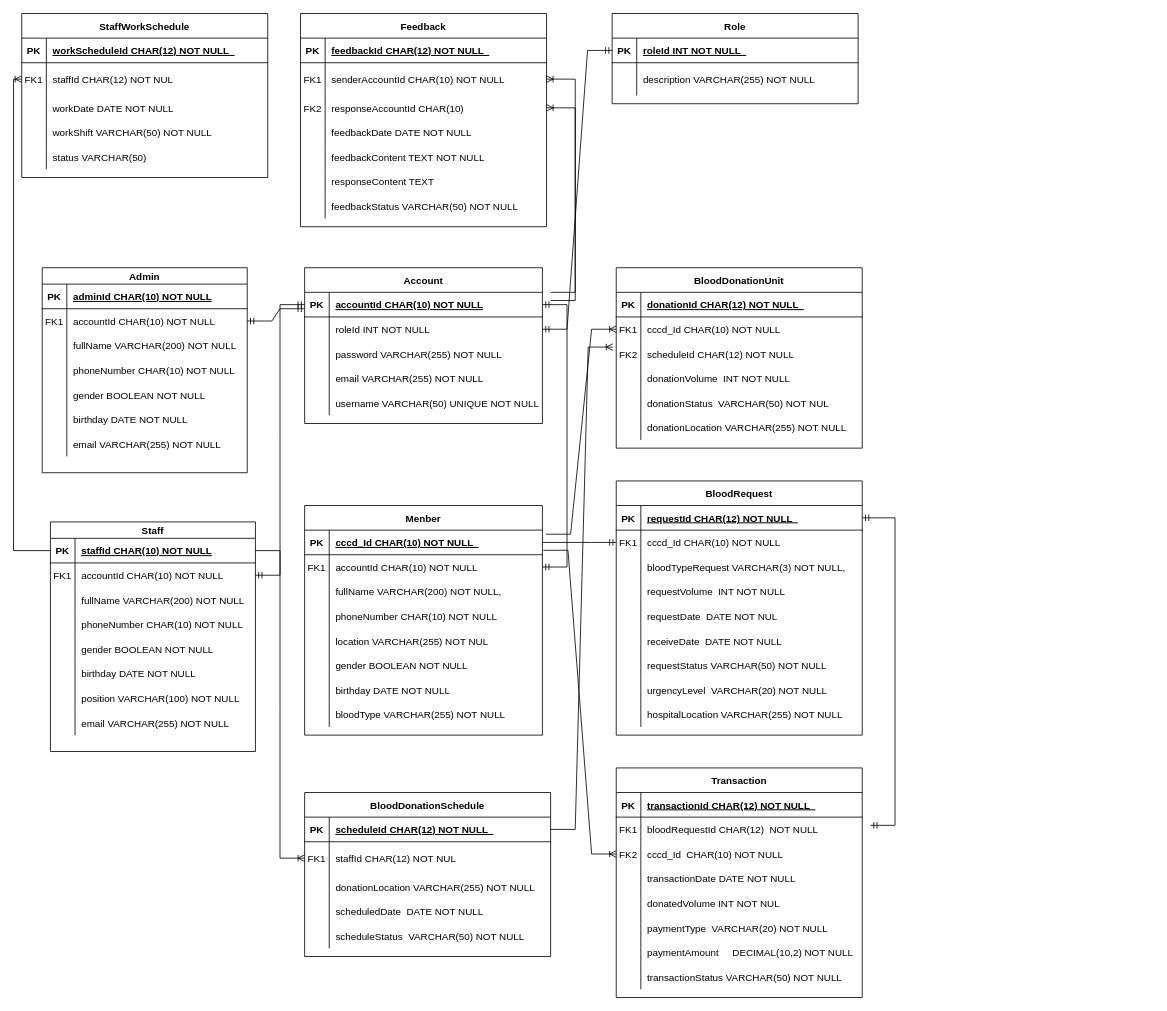
ThanhDucP/SU25_SWP391 keeps this draw.io diagram as ERD.drawio. Above is the earlier version. Source tidied: cells renumbered, new cells numbered last; positions are measured from the earlier drawing's top-left corner, leaving out a move shared by most shapes. Both pictures are drawn from the tidied source at 82%, with x=0, y=0 at pixel (21, 13).
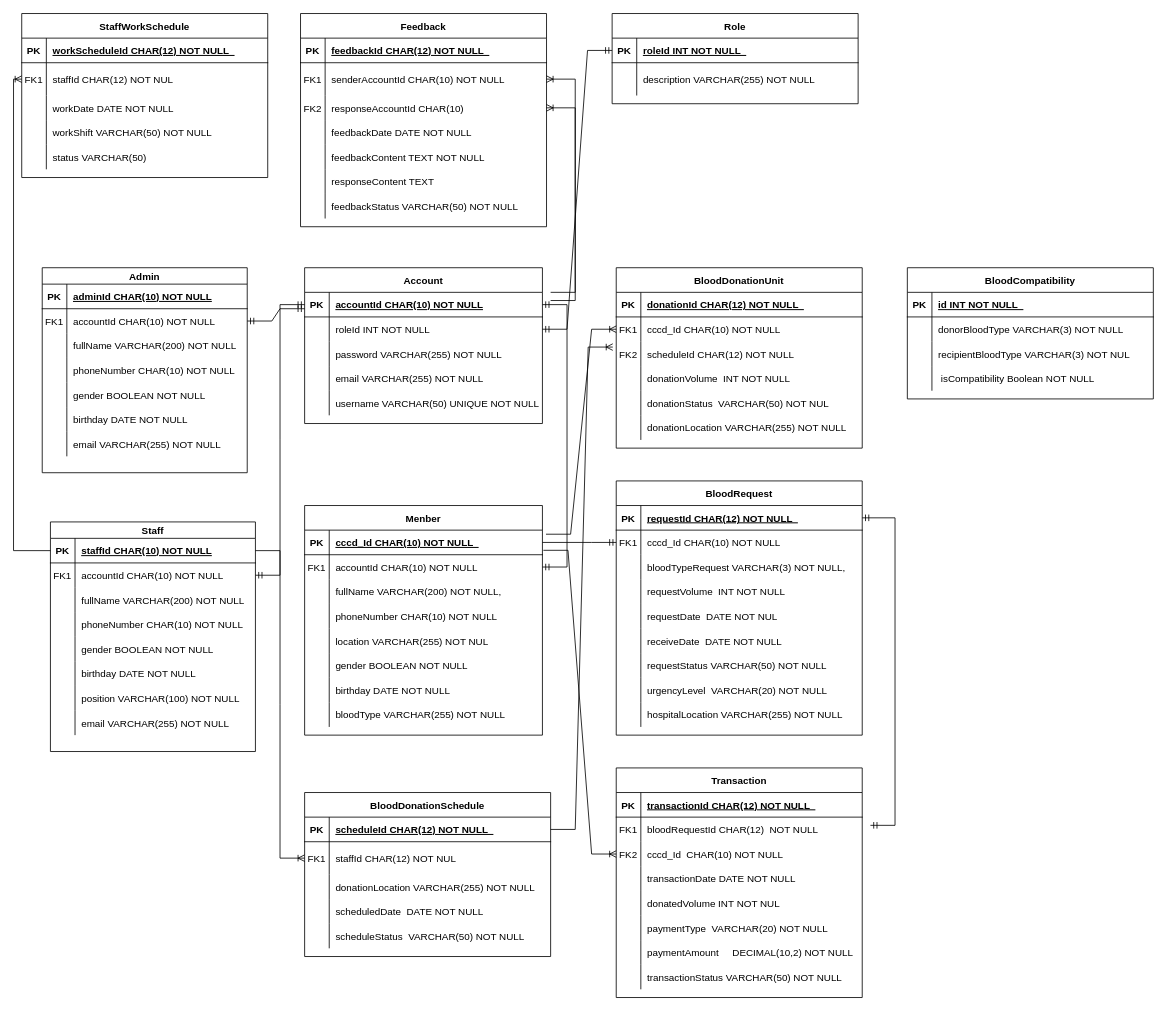
The same page after the edit.

Commit message:
Cập nhật ERD.drawio

Diff of the diagram source:
```diff
@@
+    <mxCell id="236" value="BloodCompatibility" style="shape=table;startSize=30;childLayout=tableLayout;rowLines=0;fontStyle=1;align=center;" parent="1" vertex="1">
+      <mxGeometry x="1080" y="310" width="300" height="160" as="geometry" />
+    </mxCell>
+    <mxCell id="237" style="shape=partialRectangle;fillColor=none;top=0;left=0;right=0;bottom=1;" parent="236" vertex="1">
+      <mxGeometry y="30" width="300" height="30" as="geometry" />
+    </mxCell>
+    <mxCell id="238" value="PK" style="shape=partialRectangle;overflow=hidden;fillColor=none;top=0;left=0;bottom=0;right=0;fontStyle=1;" parent="237" vertex="1">
+      <mxGeometry width="30" height="30" as="geometry" />
+    </mxCell>
+    <mxCell id="239" value="id INT NOT NULL  " style="shape=partialRectangle;overflow=hidden;fillColor=none;top=0;left=0;bottom=0;right=0;align=left;spacingLeft=6;fontStyle=5;" parent="237" vertex="1">
+      <mxGeometry x="30" width="270" height="30" as="geometry" />
+    </mxCell>
+    <mxCell id="240" style="shape=partialRectangle;fillColor=none;top=0;left=0;right=0;bottom=0;" parent="236" vertex="1">
+      <mxGeometry y="60" width="300" height="30" as="geometry" />
+    </mxCell>
+    <mxCell id="241" style="shape=partialRectangle;overflow=hidden;fillColor=none;top=0;left=0;bottom=0;right=0;" parent="240" vertex="1">
+      <mxGeometry width="30" height="30" as="geometry" />
+    </mxCell>
+    <mxCell id="242" value="donorBloodType VARCHAR(3) NOT NULL" style="shape=partialRectangle;overflow=hidden;fillColor=none;top=0;left=0;bottom=0;right=0;align=left;spacingLeft=6;" parent="240" vertex="1">
+      <mxGeometry x="30" width="270" height="30" as="geometry" />
+    </mxCell>
+    <mxCell id="243" style="shape=partialRectangle;fillColor=none;top=0;left=0;right=0;bottom=0;" parent="236" vertex="1">
+      <mxGeometry y="90" width="300" height="30" as="geometry" />
+    </mxCell>
+    <mxCell id="244" style="shape=partialRectangle;overflow=hidden;fillColor=none;top=0;left=0;bottom=0;right=0;" parent="243" vertex="1">
+      <mxGeometry width="30" height="30" as="geometry" />
+    </mxCell>
+    <mxCell id="245" value="recipientBloodType VARCHAR(3) NOT NUL" style="shape=partialRectangle;overflow=hidden;fillColor=none;top=0;left=0;bottom=0;right=0;align=left;spacingLeft=6;" parent="243" vertex="1">
+      <mxGeometry x="30" width="270" height="30" as="geometry" />
+    </mxCell>
+    <mxCell id="246" style="shape=partialRectangle;fillColor=none;top=0;left=0;right=0;bottom=0;" parent="236" vertex="1">
+      <mxGeometry y="120" width="300" height="30" as="geometry" />
+    </mxCell>
+    <mxCell id="247" style="shape=partialRectangle;overflow=hidden;fillColor=none;top=0;left=0;bottom=0;right=0;" parent="246" vertex="1">
+      <mxGeometry width="30" height="30" as="geometry" />
+    </mxCell>
+    <mxCell id="248" value=" isCompatibility Boolean NOT NULL" style="shape=partialRectangle;overflow=hidden;fillColor=none;top=0;left=0;bottom=0;right=0;align=left;spacingLeft=6;" parent="246" vertex="1">
+      <mxGeometry x="30" width="270" height="30" as="geometry" />
+    </mxCell>
```
